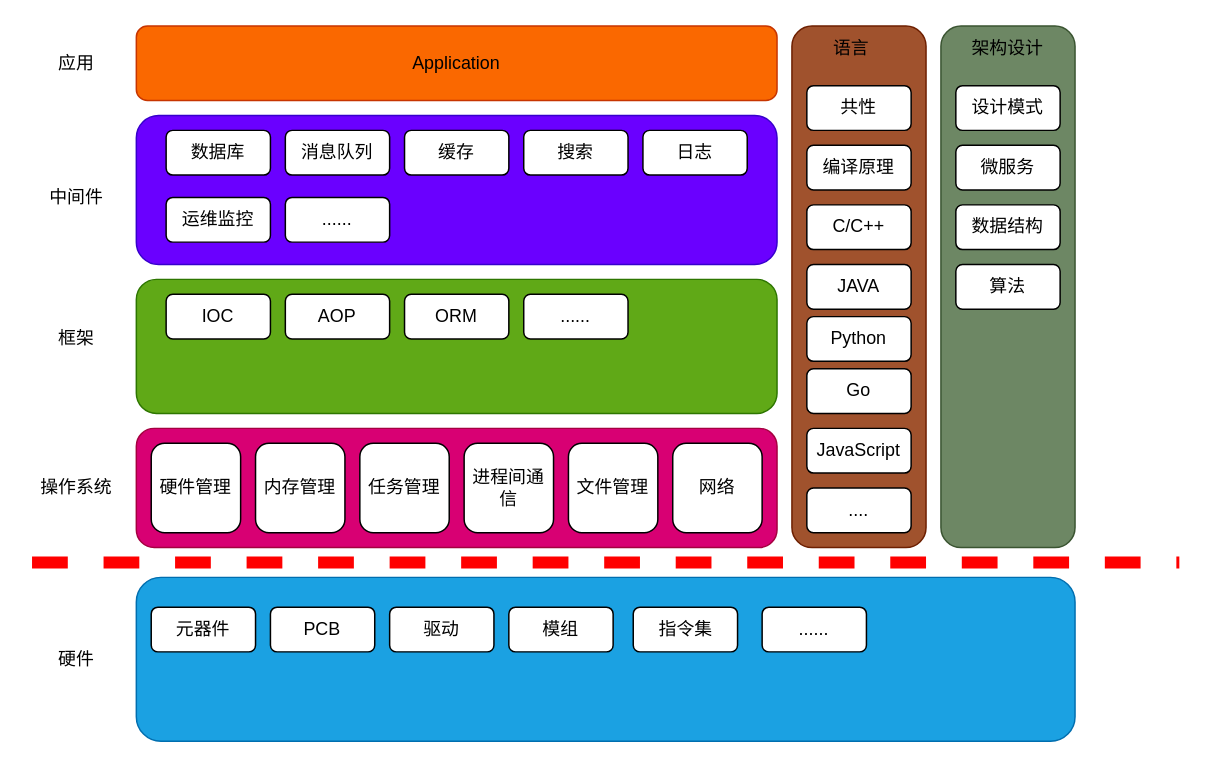
lzk90s/lzk90s.github.io keeps this draw.io diagram as program/program.drawio. Above is the earlier version. Source tidied: cells renumbered, new cells numbered last; positions are measured from the earlier drawing's top-left corner, leaving out a move shared by most shapes. Both pictures are drawn from the tidied source at 149%, with x=0, y=0 at pixel (31, 25).
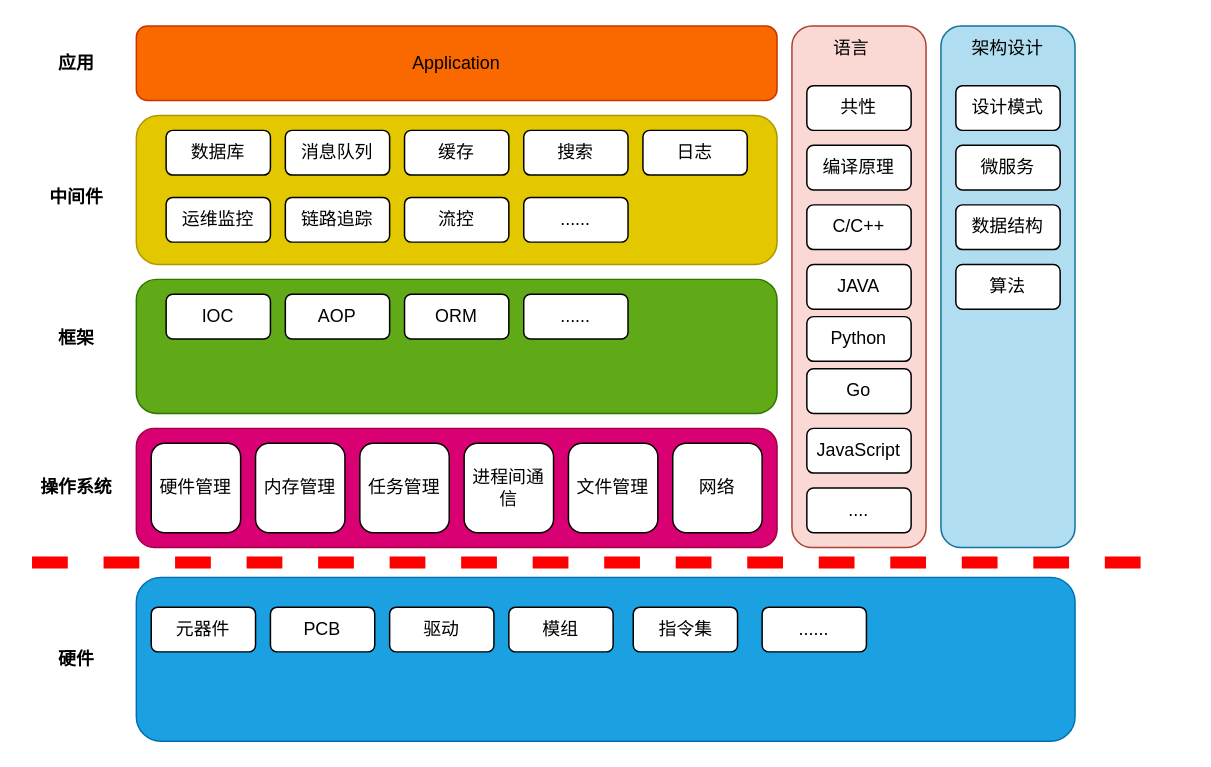
The same page after the edit.

The edit, as a diff of the source:
```diff
@@
     <mxCell id="3" style="endArrow=none;dashed=1;html=1;fillColor=#d80073;strokeColor=#FF0000;strokeWidth=8;" parent="1" edge="1">
       <mxGeometry relative="1" as="geometry">
         <mxPoint y="360" as="sourcePoint" />
-        <mxPoint x="770" y="360" as="targetPoint" />
+        <mxPoint x="760" y="360" as="targetPoint" />
       </mxGeometry>
     </mxCell>
@@
-    <mxCell id="5" style="whiteSpace=wrap;html=1;fillColor=#a0522d;fontColor=#ffffff;strokeColor=#6D1F00;rounded=1;" parent="1" vertex="1">
+    <mxCell id="5" style="whiteSpace=wrap;html=1;fillColor=#fad9d5;strokeColor=#ae4132;rounded=1;" parent="1" vertex="1">
       <mxGeometry x="510" width="90" height="350" as="geometry" />
     </mxCell>
-    <mxCell id="6" value="硬件" style="text;html=1;strokeColor=none;fillColor=none;align=center;verticalAlign=middle;whiteSpace=wrap;rounded=1;" parent="1" vertex="1">
+    <mxCell id="6" value="硬件" style="text;html=1;strokeColor=none;fillColor=none;align=center;verticalAlign=middle;whiteSpace=wrap;rounded=1;fontStyle=1;labelBorderColor=none;fontFamily=Verdana;" parent="1" vertex="1">
       <mxGeometry y="410" width="60" height="30" as="geometry" />
     </mxCell>
-    <mxCell id="7" value="操作系统" style="text;html=1;strokeColor=none;fillColor=none;align=center;verticalAlign=middle;whiteSpace=wrap;rounded=1;" parent="1" vertex="1">
+    <mxCell id="7" value="操作系统" style="text;html=1;strokeColor=none;fillColor=none;align=center;verticalAlign=middle;whiteSpace=wrap;rounded=1;fontStyle=1;labelBorderColor=none;fontFamily=Verdana;" parent="1" vertex="1">
       <mxGeometry y="295" width="60" height="30" as="geometry" />
     </mxCell>
@@
-    <mxCell id="9" value="框架" style="text;html=1;strokeColor=none;fillColor=none;align=center;verticalAlign=middle;whiteSpace=wrap;rounded=1;" parent="1" vertex="1">
+    <mxCell id="9" value="框架" style="text;html=1;strokeColor=none;fillColor=none;align=center;verticalAlign=middle;whiteSpace=wrap;rounded=1;fontStyle=1;labelBorderColor=none;fontFamily=Verdana;" parent="1" vertex="1">
       <mxGeometry y="195" width="60" height="30" as="geometry" />
     </mxCell>
@@
-    <mxCell id="11" style="whiteSpace=wrap;html=1;fillColor=#6a00ff;fontColor=#ffffff;strokeColor=#3700CC;rounded=1;" parent="1" vertex="1">
+    <mxCell id="11" style="whiteSpace=wrap;html=1;fillColor=#e3c800;strokeColor=#B09500;rounded=1;fontColor=#000000;" parent="1" vertex="1">
       <mxGeometry x="70" y="60" width="430" height="100" as="geometry" />
     </mxCell>
-    <mxCell id="12" value="中间件" style="text;html=1;strokeColor=none;fillColor=none;align=center;verticalAlign=middle;whiteSpace=wrap;rounded=1;" parent="1" vertex="1">
+    <mxCell id="12" value="中间件" style="text;html=1;strokeColor=none;fillColor=none;align=center;verticalAlign=middle;whiteSpace=wrap;rounded=1;fontStyle=1;labelBorderColor=none;fontFamily=Verdana;" parent="1" vertex="1">
       <mxGeometry y="100" width="60" height="30" as="geometry" />
     </mxCell>
-    <mxCell id="13" value="应用" style="text;html=1;strokeColor=none;fillColor=none;align=center;verticalAlign=middle;whiteSpace=wrap;rounded=1;" parent="1" vertex="1">
+    <mxCell id="13" value="应用" style="text;html=1;strokeColor=none;fillColor=none;align=center;verticalAlign=middle;whiteSpace=wrap;rounded=1;fontStyle=1;labelBorderColor=none;fontFamily=Verdana;" parent="1" vertex="1">
       <mxGeometry y="10" width="60" height="30" as="geometry" />
     </mxCell>
@@
-    <mxCell id="15" style="whiteSpace=wrap;html=1;fillColor=#6d8764;fontColor=#ffffff;strokeColor=#3A5431;rounded=1;" parent="1" vertex="1">
+    <mxCell id="15" style="whiteSpace=wrap;html=1;fillColor=#b1ddf0;strokeColor=#10739e;rounded=1;" parent="1" vertex="1">
       <mxGeometry x="610" width="90" height="350" as="geometry" />
     </mxCell>
@@
     <mxCell id="49" value="......" style="whiteSpace=wrap;html=1;rounded=1;" parent="1" vertex="1">
-      <mxGeometry x="170" y="115" width="70" height="30" as="geometry" />
+      <mxGeometry x="330" y="115" width="70" height="30" as="geometry" />
     </mxCell>
@@
+    <mxCell id="52" value="链路追踪" style="whiteSpace=wrap;html=1;rounded=1;" parent="1" vertex="1">
+      <mxGeometry x="170" y="115" width="70" height="30" as="geometry" />
+    </mxCell>
+    <mxCell id="53" value="流控" style="whiteSpace=wrap;html=1;rounded=1;" parent="1" vertex="1">
+      <mxGeometry x="250" y="115" width="70" height="30" as="geometry" />
+    </mxCell>
```
